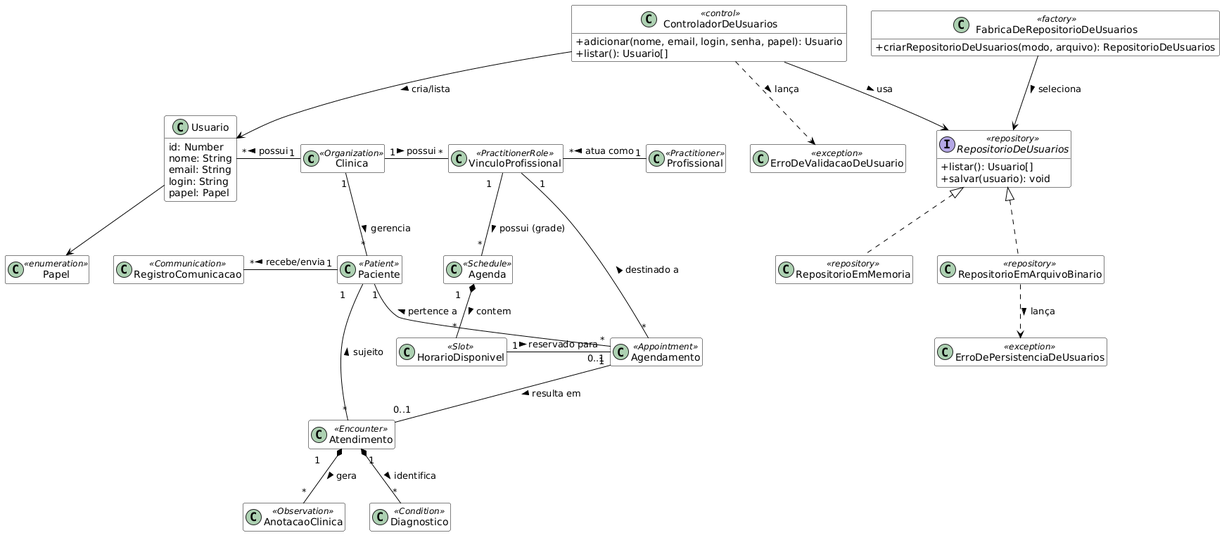
This is docs/relatorio/images/diagrama-classes-de-analise.png from beatrizmontenegro07/projeto-metodos, a PlantUML export, as it was before one commit.
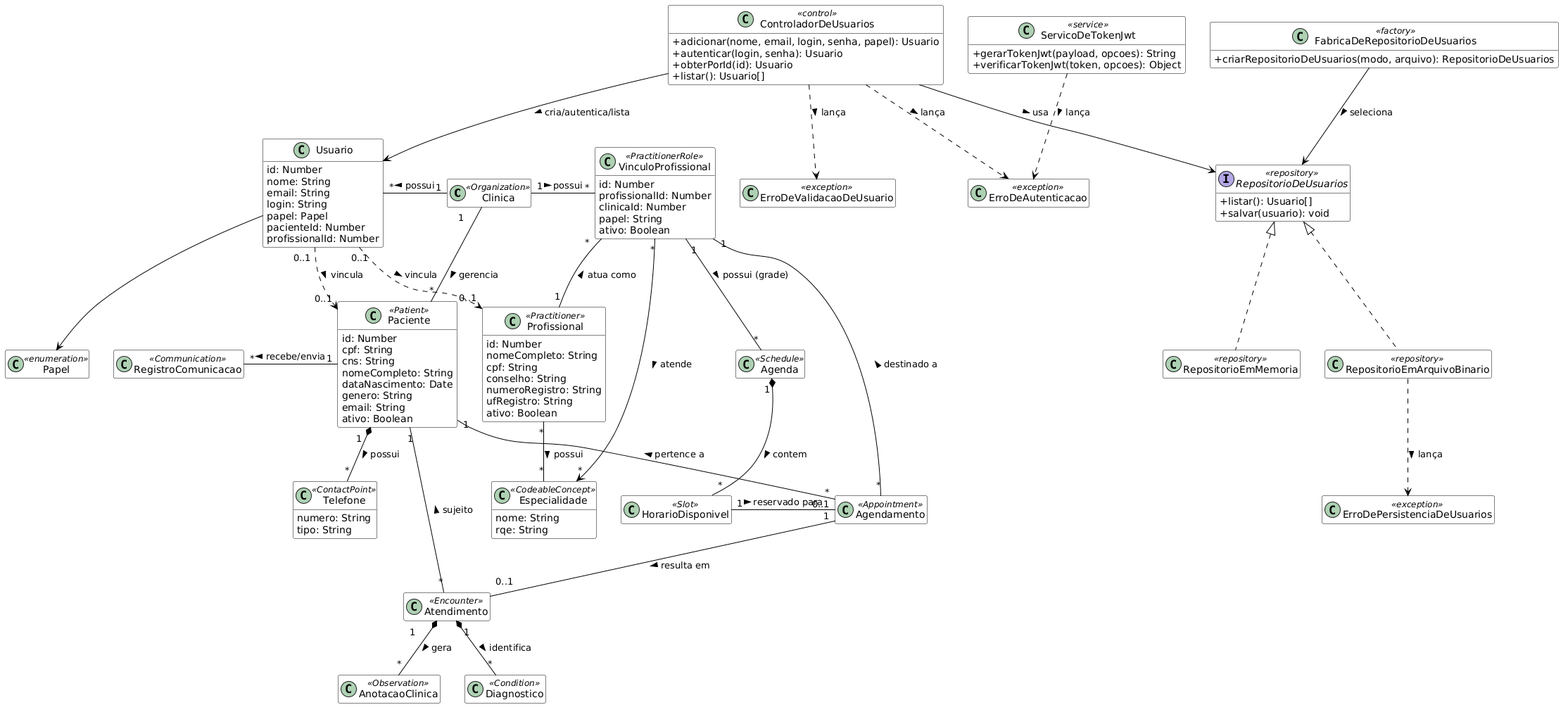
The same file after the commit.

What changed in the source:
```diff
@@ -15,15 +15,54 @@
   email: String
   login: String
   papel: Papel
+  pacienteId: Number
+  profissionalId: Number
 }
 class Papel <<enumeration>>
-class Paciente <<Patient>>
-class Profissional <<Practitioner>>
-class VinculoProfissional <<PractitionerRole>>
+class Paciente <<Patient>> {
+  id: Number
+  cpf: String
+  cns: String
+  nomeCompleto: String
+  dataNascimento: Date
+  genero: String
+  email: String
+  ativo: Boolean
+}
+class Telefone <<ContactPoint>> {
+  numero: String
+  tipo: String
+}
+class Profissional <<Practitioner>> {
+  id: Number
+  nomeCompleto: String
+  cpf: String
+  conselho: String
+  numeroRegistro: String
+  ufRegistro: String
+  ativo: Boolean
+}
+class Especialidade <<CodeableConcept>> {
+  nome: String
+  rqe: String
+}
+class VinculoProfissional <<PractitionerRole>> {
+  id: Number
+  profissionalId: Number
+  clinicaId: Number
+  papel: String
+  ativo: Boolean
+}
 
 class ControladorDeUsuarios <<control>> {
   +adicionar(nome, email, login, senha, papel): Usuario
+  +autenticar(login, senha): Usuario
+  +obterPorId(id): Usuario
   +listar(): Usuario[]
+}
+class ServicoDeTokenJwt <<service>> {
+  +gerarTokenJwt(payload, opcoes): String
+  +verificarTokenJwt(token, opcoes): Object
 }
 interface RepositorioDeUsuarios <<repository>> {
   +listar(): Usuario[]
@@ -36,6 +75,7 @@
 }
 class ErroDeValidacaoDeUsuario <<exception>>
 class ErroDePersistenciaDeUsuarios <<exception>>
+class ErroDeAutenticacao <<exception>>
 
 class Agenda <<Schedule>>
 class HorarioDisponivel <<Slot>>
@@ -52,10 +92,17 @@
 Profissional "1" -left- "*" VinculoProfissional : atua como >
 Clinica "1" -left- "*" Usuario : possui >
 Usuario --> Papel
+Usuario "0..1" ..> "0..1" Paciente : vincula >
+Usuario "0..1" ..> "0..1" Profissional : vincula >
+Paciente "1" *-down- "*" Telefone : possui >
+Profissional "*" -down- "*" Especialidade : possui >
+VinculoProfissional "*" --> "*" Especialidade : atende >
 
-ControladorDeUsuarios --> Usuario : cria/lista >
+ControladorDeUsuarios --> Usuario : cria/autentica/lista >
 ControladorDeUsuarios --> RepositorioDeUsuarios : usa >
 ControladorDeUsuarios ..> ErroDeValidacaoDeUsuario : lança >
+ControladorDeUsuarios ..> ErroDeAutenticacao : lança >
+ServicoDeTokenJwt ..> ErroDeAutenticacao : lança >
 RepositorioDeUsuarios <|.. RepositorioEmMemoria
 RepositorioDeUsuarios <|.. RepositorioEmArquivoBinario
 RepositorioEmArquivoBinario ..> ErroDePersistenciaDeUsuarios : lança >
```
